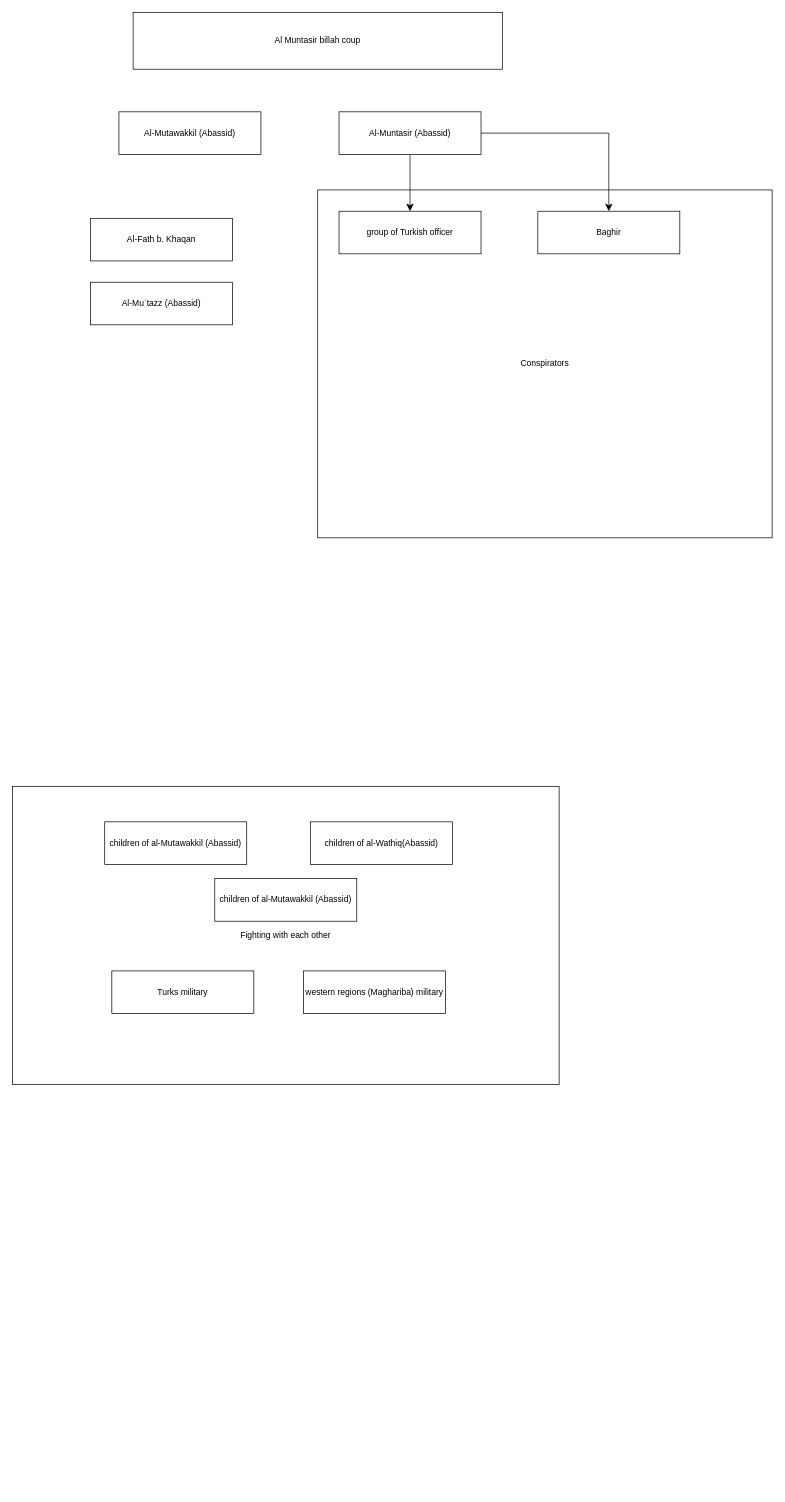
Earlier version of the draw.io diagram page "Al Mutawakkil" (24 of 30) of Islam Groupings.drawio (azryzdy/hobbies). Source tidied: cells renumbered, new cells numbered last; positions are measured from the earlier drawing's top-left corner, leaving out a move shared by most shapes. Both pictures are drawn from the tidied source at 71%, with x=0, y=0 at pixel (12, 12).
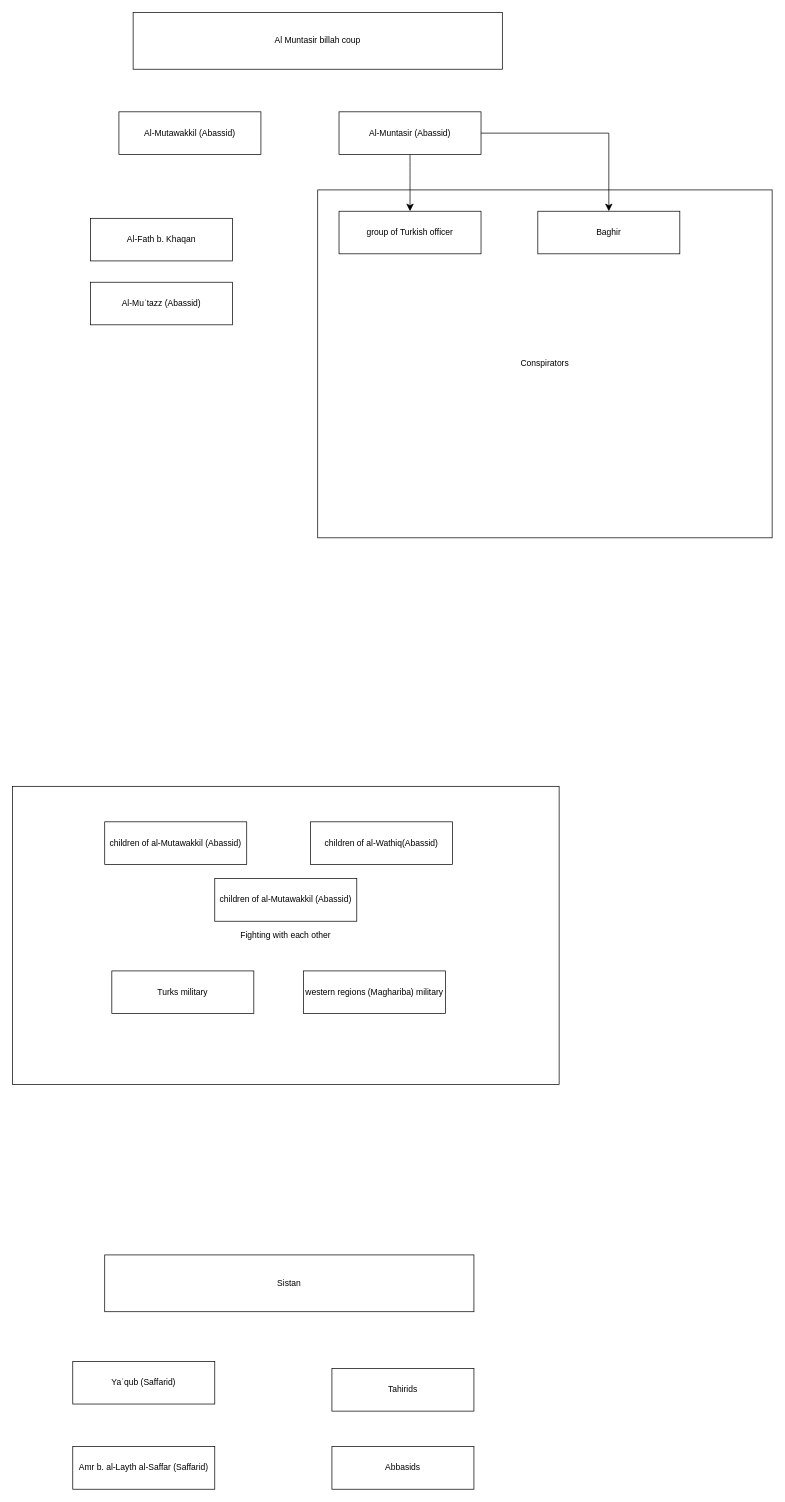
The same diagram, later.

Diff of the diagram source:
```diff
@@
+    <mxCell id="18" value="Sistan" style="rounded=0;whiteSpace=wrap;html=1;" parent="1" vertex="1">
+      <mxGeometry x="130" y="1750" width="520" height="80" as="geometry" />
+    </mxCell>
+    <mxCell id="19" value="Yaʿqub (Saffarid) " style="rounded=0;whiteSpace=wrap;html=1;" parent="1" vertex="1">
+      <mxGeometry x="85" y="1900" width="200" height="60" as="geometry" />
+    </mxCell>
+    <mxCell id="20" value="Amr b. al-Layth al-Saffar (Saffarid)" style="rounded=0;whiteSpace=wrap;html=1;" parent="1" vertex="1">
+      <mxGeometry x="85" y="2020" width="200" height="60" as="geometry" />
+    </mxCell>
+    <mxCell id="21" value="Tahirids " style="rounded=0;whiteSpace=wrap;html=1;" parent="1" vertex="1">
+      <mxGeometry x="450" y="1910" width="200" height="60" as="geometry" />
+    </mxCell>
+    <mxCell id="22" value="Abbasids" style="rounded=0;whiteSpace=wrap;html=1;" parent="1" vertex="1">
+      <mxGeometry x="450" y="2020" width="200" height="60" as="geometry" />
+    </mxCell>
```
